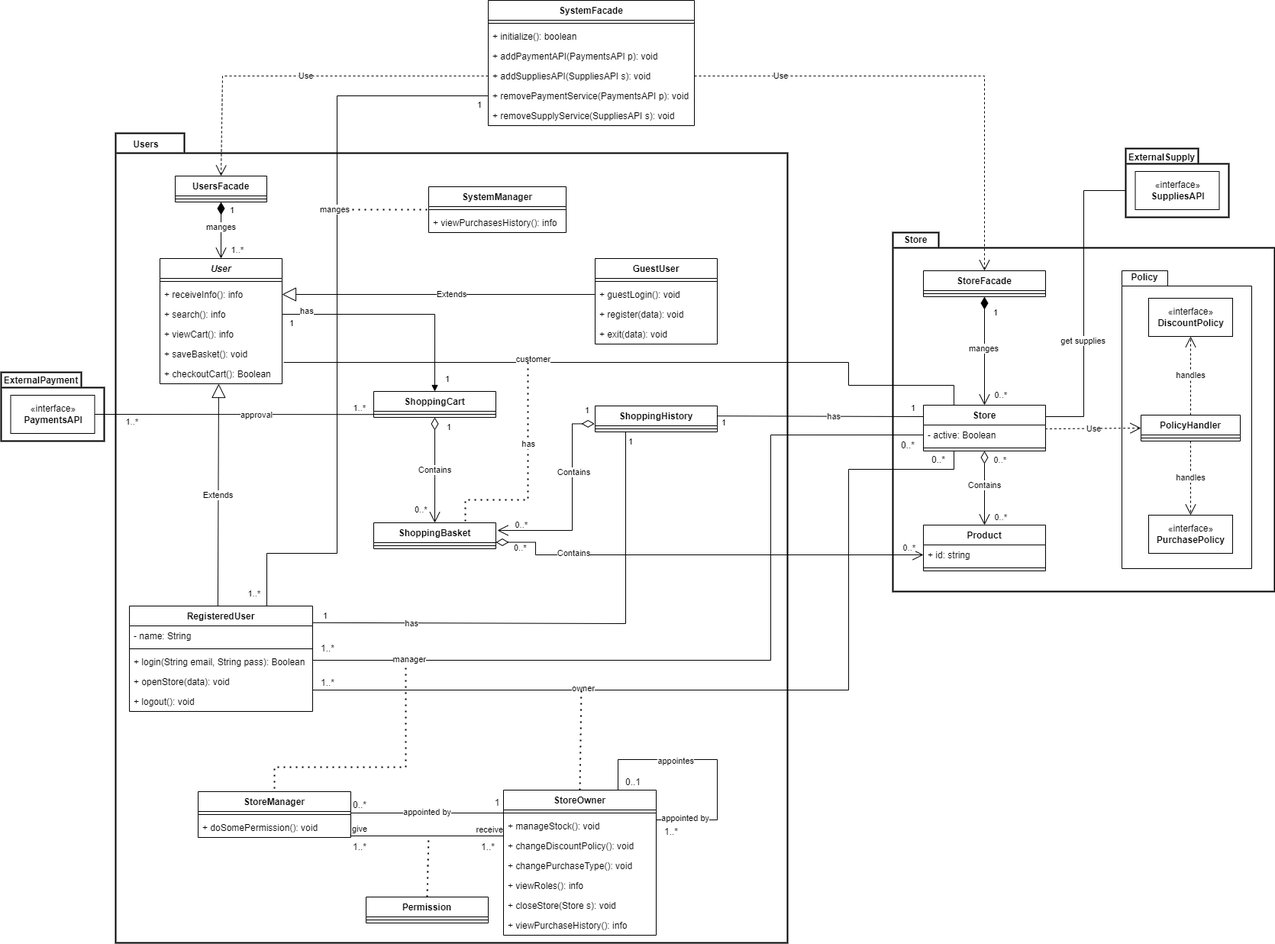
Before: Version-0/Documents/ClassDiagram.png, a diagram exported from draw.io (TariqGanem/WorkshopProject). Source tidied: cells renumbered, new cells last; positions are measured from the earlier drawing's top-left corner, leaving out a move shared by most shapes.
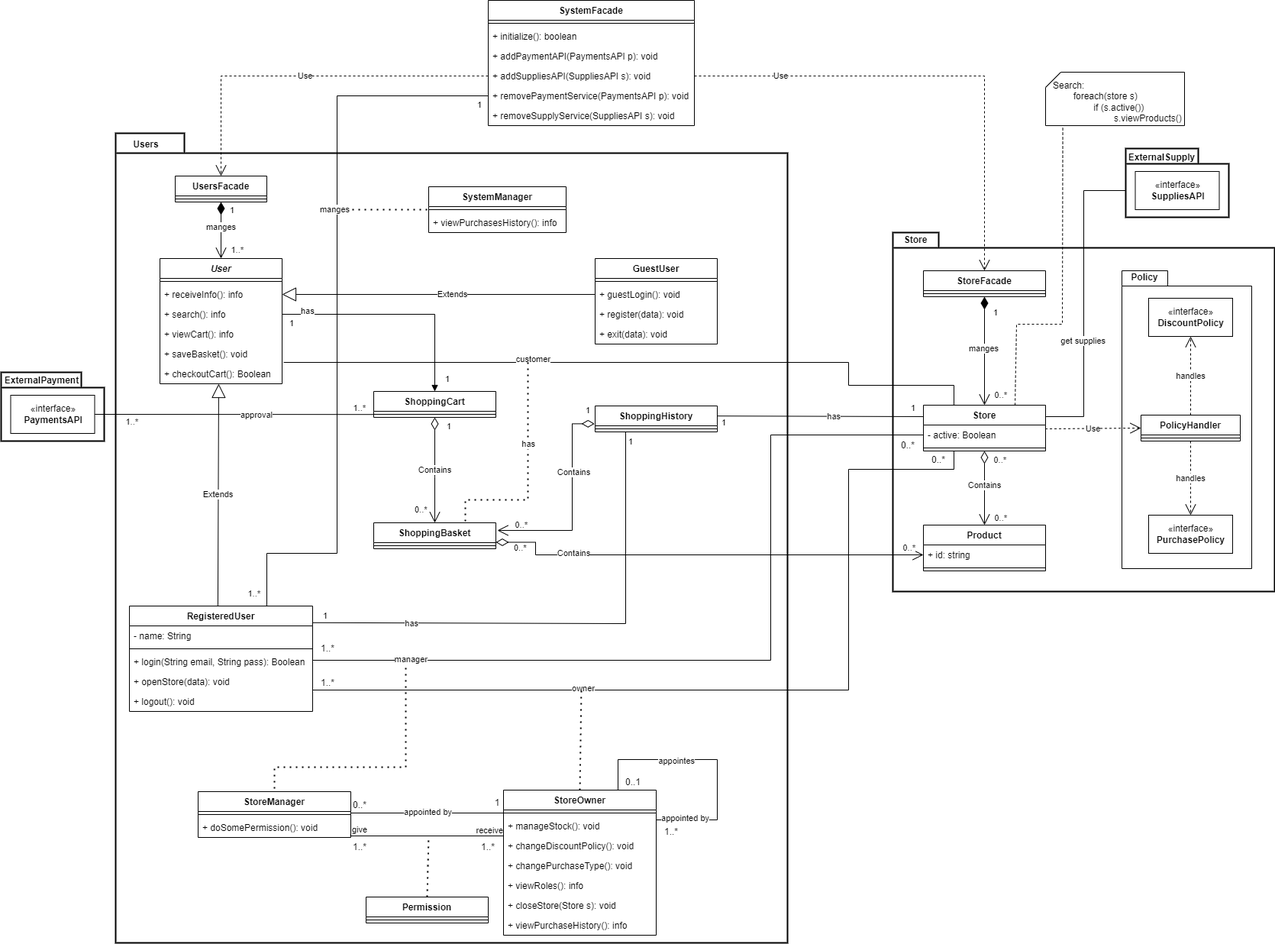
After the commit.

Commit message:
finished class diagram

Diff of the diagram source:
```diff
@@ -521,7 +521,7 @@
     <mxCell id="138" value="Use" style="endArrow=open;endSize=12;dashed=1;html=1;rounded=0;exitX=0;exitY=0.5;exitDx=0;exitDy=0;entryX=0.5;entryY=0;entryDx=0;entryDy=0;" parent="1" edge="1" source="105" target="78">
       <mxGeometry relative="1" as="geometry">
         <Array as="points">
-          <mxPoint x="290" y="99" />
+          <mxPoint x="288" y="99" />
         </Array>
       </mxGeometry>
     </mxCell>
@@ -585,5 +585,19 @@
     <mxCell id="150" value="has" style="edgeLabel;html=1;align=right;verticalAlign=top;" parent="1" vertex="1">
       <mxGeometry x="700" y="568" as="geometry" />
     </mxCell>
+    <mxCell id="151" style="verticalLabelPosition=bottom;verticalAlign=top;html=1;shape=card;whiteSpace=wrap;size=20;arcSize=12;align=left;" parent="1" vertex="1">
+      <mxGeometry x="1368" y="94" width="182" height="70" as="geometry" />
+    </mxCell>
+    <mxCell id="152" value="Search:&lt;br&gt;&lt;span style=&quot;white-space: pre&quot;&gt;&#9;&lt;/span&gt;foreach(store s)&lt;br&gt;&lt;span style=&quot;white-space: pre&quot;&gt;&#9;&lt;/span&gt;&lt;span style=&quot;white-space: pre&quot;&gt;&#9;&lt;/span&gt;if (s.active())&lt;br&gt;&lt;span style=&quot;white-space: pre&quot;&gt;&#9;&lt;/span&gt;&lt;span style=&quot;white-space: pre&quot;&gt;&#9;&lt;/span&gt;&lt;span style=&quot;white-space: pre&quot;&gt;&#9;&lt;/span&gt;s.viewProducts()" style="text;html=1;strokeColor=none;fillColor=none;align=left;verticalAlign=top;whiteSpace=wrap;rounded=0;" parent="1" vertex="1">
+      <mxGeometry x="1376" y="98" width="162" height="58" as="geometry" />
+    </mxCell>
+    <mxCell id="153" style="endArrow=none;dashed=1;html=1;rounded=0;entryX=0.124;entryY=1.015;entryDx=0;entryDy=0;entryPerimeter=0;exitX=0.75;exitY=0;exitDx=0;exitDy=0;" parent="1" edge="1" source="117" target="151">
+      <mxGeometry relative="1" as="geometry">
+        <Array as="points">
+          <mxPoint x="1330" y="424" />
+          <mxPoint x="1390" y="424" />
+        </Array>
+      </mxGeometry>
+    </mxCell>
   </root>
 </mxGraphModel>
```
